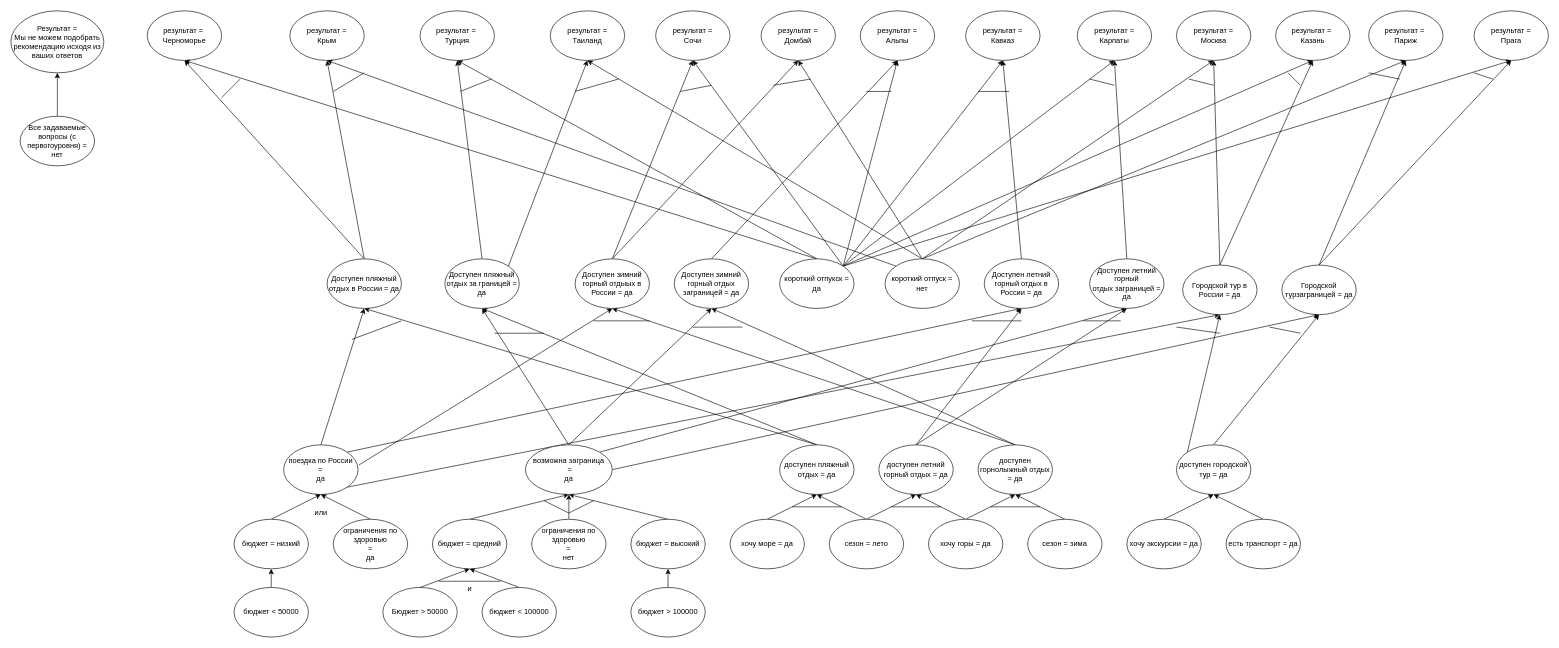
Above: lab1/if_or_tree.drawio in Zahar-Bratchikov/intelligent-information-systems (draw.io), before the change. Source tidied: cells renumbered, new cells numbered last; positions are measured from the earlier drawing's top-left corner, leaving out a move shared by most shapes. Both pictures are drawn from the tidied source at 62%, with x=0, y=0 at pixel (11, 11).
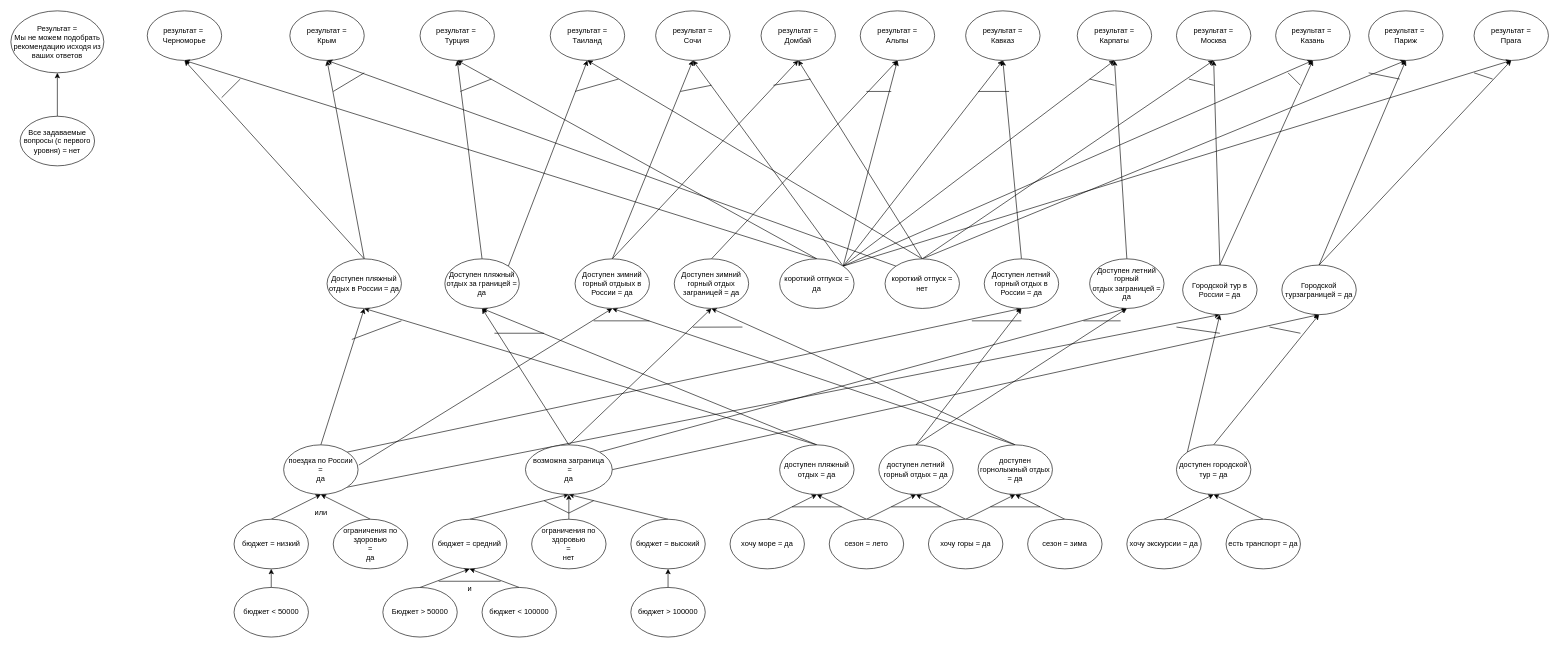
The same page after the edit.

Change to the diagram source:
```diff
@@
-    <mxCell id="136" value="Все задаваемые вопросы (с первогоуровня) = нет" style="ellipse;whiteSpace=wrap;html=1;" parent="1" vertex="1">
+    <mxCell id="136" value="Все задаваемые вопросы (с первого уровня) = нет" style="ellipse;whiteSpace=wrap;html=1;" parent="1" vertex="1">
       <mxGeometry x="15" y="170" width="120" height="80" as="geometry" />
     </mxCell>
```
